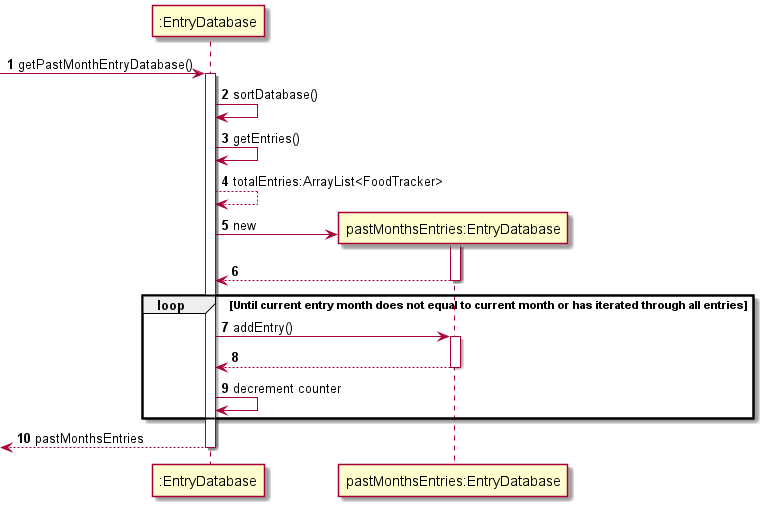
Earlier version of the PlantUML export docs/diagrams-DG/EntryDatabase_getPastMonthsEntryDatabase_Seq.png (praj-bellakka/tp).
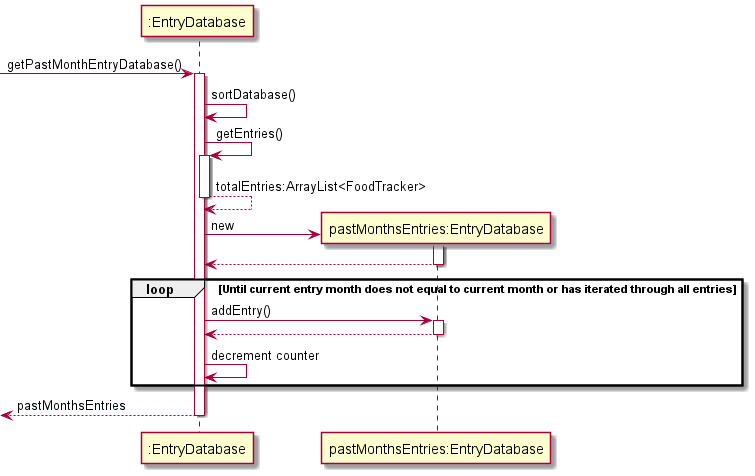
The same diagram one commit later.

What changed in the source:
```diff
@@ -1,6 +1,5 @@
 @startuml
 
-autonumber
 
 -> ":EntryDatabase": getPastMonthEntryDatabase()
 activate ":EntryDatabase"
@@ -8,7 +7,9 @@
 ":EntryDatabase" -> ":EntryDatabase": sortDatabase()
 
 ":EntryDatabase" -> ":EntryDatabase": getEntries()
+activate ":EntryDatabase"
 ":EntryDatabase" --> ":EntryDatabase": totalEntries:ArrayList<FoodTracker>
+deactivate ":EntryDatabase"
 
 create "pastMonthsEntries:EntryDatabase"
 ":EntryDatabase" -> "pastMonthsEntries:EntryDatabase": new
```
